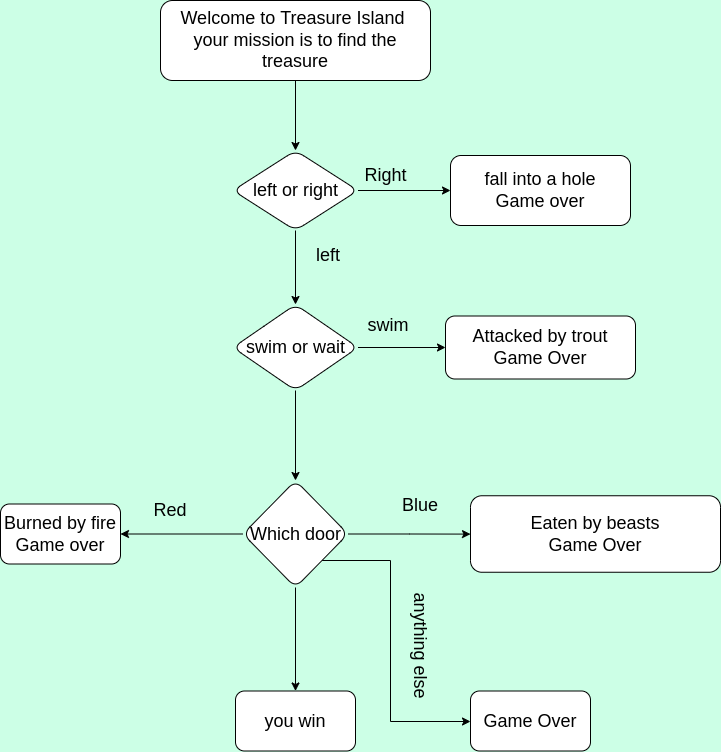
This is DAY3/DAY3Projectflowchart.png from CCCCCCCE/100DAYSOFPYTHON, a draw.io export, as it was before one commit. Source tidied: cells renumbered, new cells last; positions are measured from the earlier drawing's top-left corner, leaving out a move shared by most shapes. Source of this version:
```xml
<mxGraphModel background="#CCFFE6">
  <root>
    <mxCell id="0" />
    <mxCell id="1" parent="0" />
    <mxCell id="2" style="edgeStyle=orthogonalEdgeStyle;rounded=0;jettySize=auto;html=1;fontSize=18;" parent="1" edge="1" source="3" target="6">
      <mxGeometry relative="1" as="geometry" />
    </mxCell>
    <mxCell id="3" value="&lt;font style=&quot;font-size: 18px;&quot;&gt;Welcome to Treasure Island &lt;br&gt;your mission is to find the treasure&lt;/font&gt;" style="rounded=1;whiteSpace=wrap;html=1;" parent="1" vertex="1">
      <mxGeometry x="160" width="270" height="80" as="geometry" />
    </mxCell>
    <mxCell id="4" style="edgeStyle=orthogonalEdgeStyle;rounded=0;jettySize=auto;html=1;fontSize=18;" parent="1" edge="1" source="6" target="7">
      <mxGeometry relative="1" as="geometry" />
    </mxCell>
    <mxCell id="5" style="edgeStyle=orthogonalEdgeStyle;rounded=0;jettySize=auto;html=1;fontSize=18;" parent="1" edge="1" source="6" target="11">
      <mxGeometry relative="1" as="geometry" />
    </mxCell>
    <mxCell id="6" value="&lt;font style=&quot;font-size: 18px;&quot;&gt;left or right&lt;/font&gt;" style="rhombus;whiteSpace=wrap;html=1;rounded=1;" parent="1" vertex="1">
      <mxGeometry x="232.5" y="150" width="125" height="80" as="geometry" />
    </mxCell>
    <mxCell id="7" value="&lt;font style=&quot;font-size: 18px;&quot;&gt;fall into a hole&lt;br&gt;Game over&lt;/font&gt;" style="whiteSpace=wrap;html=1;rounded=1;" parent="1" vertex="1">
      <mxGeometry x="450" y="155" width="180" height="70" as="geometry" />
    </mxCell>
    <mxCell id="8" value="Right&amp;nbsp;" style="text;html=1;strokeColor=none;fillColor=none;align=center;verticalAlign=middle;whiteSpace=wrap;rounded=0;fontSize=18;" parent="1" vertex="1">
      <mxGeometry x="357.5" y="160" width="60" height="30" as="geometry" />
    </mxCell>
    <mxCell id="9" style="edgeStyle=orthogonalEdgeStyle;rounded=0;jettySize=auto;html=1;fontSize=18;" parent="1" edge="1" source="11" target="13">
      <mxGeometry relative="1" as="geometry" />
    </mxCell>
    <mxCell id="10" style="edgeStyle=orthogonalEdgeStyle;rounded=0;jettySize=auto;html=1;fontSize=18;" parent="1" edge="1" source="11" target="19">
      <mxGeometry relative="1" as="geometry" />
    </mxCell>
    <mxCell id="11" value="&lt;font style=&quot;font-size: 18px;&quot;&gt;swim or wait&lt;/font&gt;" style="rhombus;whiteSpace=wrap;html=1;rounded=1;" parent="1" vertex="1">
      <mxGeometry x="232.5" y="304" width="125" height="86" as="geometry" />
    </mxCell>
    <mxCell id="12" value="left" style="text;html=1;strokeColor=none;fillColor=none;align=center;verticalAlign=middle;whiteSpace=wrap;rounded=0;fontSize=18;" parent="1" vertex="1">
      <mxGeometry x="297.5" y="240" width="60" height="30" as="geometry" />
    </mxCell>
    <mxCell id="13" value="&lt;font style=&quot;font-size: 18px;&quot;&gt;Attacked by trout&lt;br&gt;Game Over&lt;/font&gt;" style="whiteSpace=wrap;html=1;rounded=1;" parent="1" vertex="1">
      <mxGeometry x="445" y="315.5" width="190" height="63" as="geometry" />
    </mxCell>
    <mxCell id="14" value="swim" style="text;html=1;strokeColor=none;fillColor=none;align=center;verticalAlign=middle;whiteSpace=wrap;rounded=0;fontSize=18;" parent="1" vertex="1">
      <mxGeometry x="357.5" y="310" width="60" height="30" as="geometry" />
    </mxCell>
    <mxCell id="15" style="edgeStyle=orthogonalEdgeStyle;rounded=0;jettySize=auto;html=1;fontSize=18;" parent="1" edge="1" source="19" target="20">
      <mxGeometry relative="1" as="geometry" />
    </mxCell>
    <mxCell id="16" style="edgeStyle=orthogonalEdgeStyle;rounded=0;jettySize=auto;html=1;fontSize=18;" parent="1" edge="1" source="19" target="22">
      <mxGeometry relative="1" as="geometry" />
    </mxCell>
    <mxCell id="17" style="edgeStyle=orthogonalEdgeStyle;rounded=0;jettySize=auto;html=1;fontSize=18;" parent="1" edge="1" source="19" target="23">
      <mxGeometry relative="1" as="geometry">
        <Array as="points">
          <mxPoint x="390" y="560" />
          <mxPoint x="390" y="721" />
        </Array>
      </mxGeometry>
    </mxCell>
    <mxCell id="18" style="edgeStyle=orthogonalEdgeStyle;rounded=0;jettySize=auto;html=1;fontSize=18;" parent="1" edge="1" source="19" target="25">
      <mxGeometry relative="1" as="geometry" />
    </mxCell>
    <mxCell id="19" value="&lt;font style=&quot;font-size: 18px;&quot;&gt;Which door&lt;/font&gt;" style="rhombus;whiteSpace=wrap;html=1;rounded=1;" parent="1" vertex="1">
      <mxGeometry x="242.5" y="480" width="105" height="107" as="geometry" />
    </mxCell>
    <mxCell id="20" value="&lt;font style=&quot;font-size: 18px;&quot;&gt;Eaten by beasts&lt;br&gt;Game Over&lt;/font&gt;" style="whiteSpace=wrap;html=1;rounded=1;" parent="1" vertex="1">
      <mxGeometry x="470" y="495.2" width="250" height="76.5" as="geometry" />
    </mxCell>
    <mxCell id="21" value="Blue" style="text;html=1;strokeColor=none;fillColor=none;align=center;verticalAlign=middle;whiteSpace=wrap;rounded=0;fontSize=18;" parent="1" vertex="1">
      <mxGeometry x="390" y="490" width="60" height="30" as="geometry" />
    </mxCell>
    <mxCell id="22" value="&lt;font style=&quot;font-size: 18px;&quot;&gt;you win&lt;/font&gt;" style="whiteSpace=wrap;html=1;rounded=1;" parent="1" vertex="1">
      <mxGeometry x="235" y="690.5" width="120" height="60" as="geometry" />
    </mxCell>
    <mxCell id="23" value="&lt;font style=&quot;font-size: 18px;&quot;&gt;Game Over&lt;/font&gt;" style="whiteSpace=wrap;html=1;rounded=1;" parent="1" vertex="1">
      <mxGeometry x="470" y="690.5" width="120" height="60" as="geometry" />
    </mxCell>
    <mxCell id="24" value="anything else" style="text;html=1;strokeColor=none;fillColor=none;align=center;verticalAlign=middle;whiteSpace=wrap;rounded=0;fontSize=18;rotation=90;" parent="1" vertex="1">
      <mxGeometry x="357.5" y="630" width="125" height="30" as="geometry" />
    </mxCell>
    <mxCell id="25" value="&lt;font style=&quot;font-size: 18px;&quot;&gt;Burned by fire&lt;br&gt;Game over&lt;/font&gt;" style="whiteSpace=wrap;html=1;rounded=1;" parent="1" vertex="1">
      <mxGeometry y="503.5" width="120" height="60" as="geometry" />
    </mxCell>
    <mxCell id="26" value="Red" style="text;html=1;strokeColor=none;fillColor=none;align=center;verticalAlign=middle;whiteSpace=wrap;rounded=0;fontSize=18;" parent="1" vertex="1">
      <mxGeometry x="140" y="495.2" width="60" height="30" as="geometry" />
    </mxCell>
  </root>
</mxGraphModel>
```
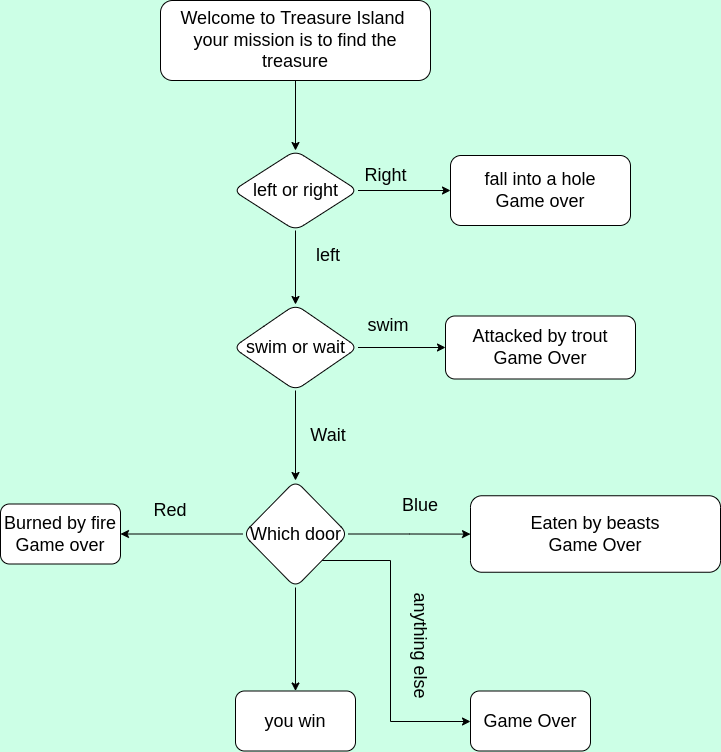
After the change.

Diff of the diagram source:
```diff
@@ -82,5 +82,8 @@
     <mxCell id="26" value="Red" style="text;html=1;strokeColor=none;fillColor=none;align=center;verticalAlign=middle;whiteSpace=wrap;rounded=0;fontSize=18;" parent="1" vertex="1">
       <mxGeometry x="140" y="495.2" width="60" height="30" as="geometry" />
     </mxCell>
+    <mxCell id="27" value="&lt;font style=&quot;font-size: 18px;&quot;&gt;Wait&lt;/font&gt;" style="text;html=1;strokeColor=none;fillColor=none;align=center;verticalAlign=middle;whiteSpace=wrap;rounded=0;" parent="1" vertex="1">
+      <mxGeometry x="297.5" y="420" width="60" height="30" as="geometry" />
+    </mxCell>
   </root>
 </mxGraphModel>
```
